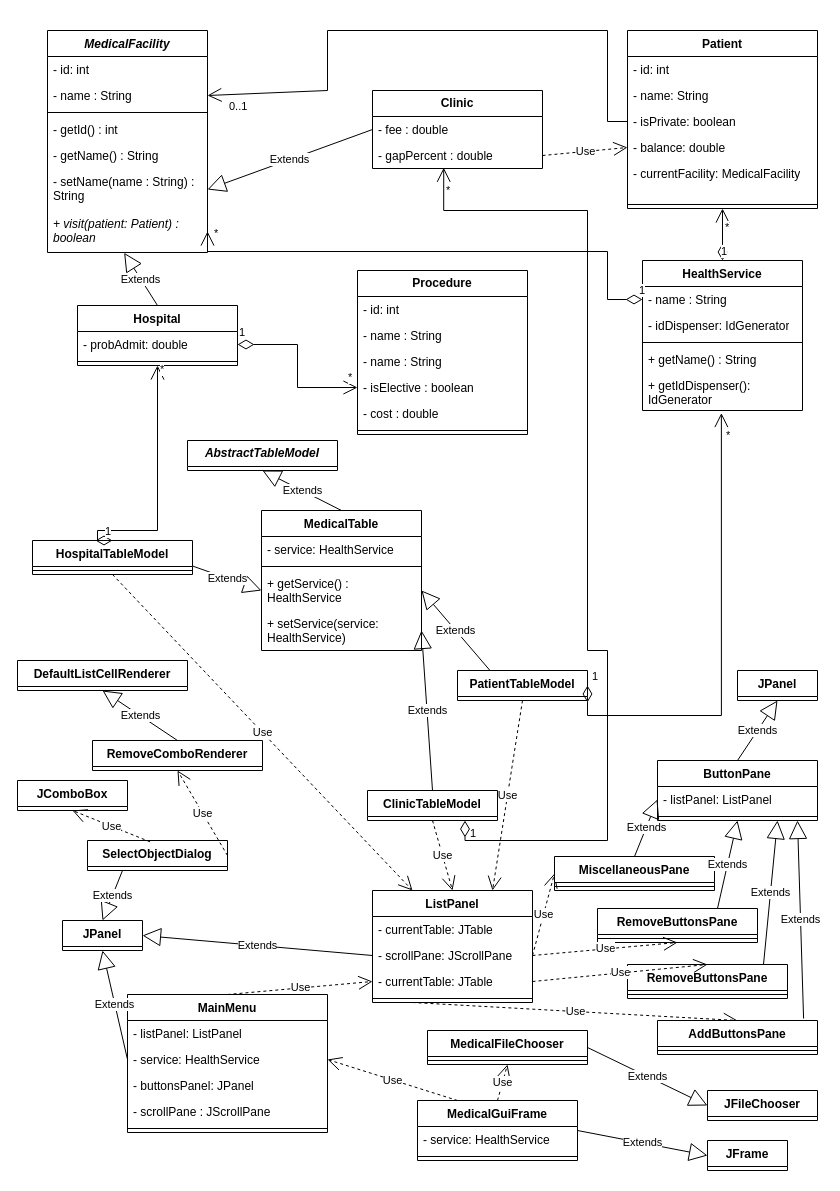
This is UML_diagram.drawio from YvesStraten/medical-console-gui, a draw.io file, before an edit. Source tidied: cells renumbered, new cells numbered last; positions are measured from the earlier drawing's top-left corner, leaving out a move shared by most shapes. Both pictures are drawn from the tidied source at 100%, with x=0, y=0 at pixel (17, 30).
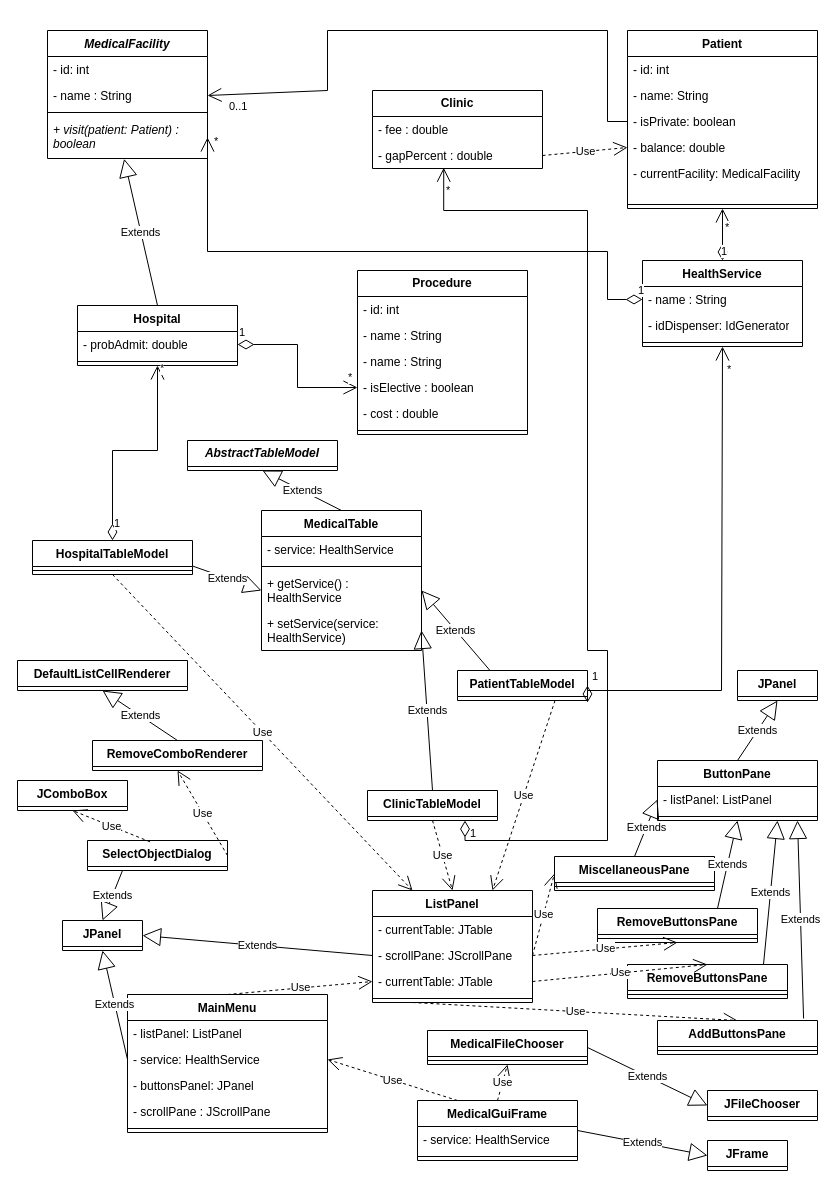
After the change.

The change refers to these unchanged cells:
```xml
<mxCell id="4" value="Hospital" style="swimlane;fontStyle=1;align=center;verticalAlign=top;horizontal=1;startSize=26;whiteSpace=wrap;html=1;" parent="1" vertex="1">
  <mxGeometry x="60" y="275" width="160" height="60" as="geometry" />
</mxCell>
<mxCell id="26" value="- fee : double" style="text;strokeColor=none;fillColor=none;align=left;verticalAlign=top;spacingLeft=4;spacingRight=4;overflow=hidden;points=[[0,0.5],[1,0.5]];portConstraint=eastwest;whiteSpace=wrap;html=1;" parent="25" vertex="1">
  <mxGeometry y="26" width="170" height="26" as="geometry" />
</mxCell>
<mxCell id="29" value="HospitalTableModel" style="swimlane;fontStyle=1;align=center;verticalAlign=top;horizontal=1;startSize=26;whiteSpace=wrap;html=1;" parent="1" vertex="1">
  <mxGeometry x="15" y="510" width="160" height="34" as="geometry" />
</mxCell>
<mxCell id="52" value="PatientTableModel" style="swimlane;fontStyle=1;align=center;verticalAlign=top;horizontal=1;startSize=26;whiteSpace=wrap;html=1;" parent="1" vertex="1" collapsed="1">
  <mxGeometry x="440" y="640" width="130" height="30" as="geometry" />
</mxCell>
<mxCell id="84" value="ListPanel" style="swimlane;fontStyle=1;align=center;verticalAlign=top;horizontal=1;startSize=26;whiteSpace=wrap;html=1;" parent="1" vertex="1">
  <mxGeometry x="355" y="860" width="160" height="112" as="geometry" />
</mxCell>
```

Diff of the diagram source:
```diff
@@
     <mxCell id="7" value="&lt;i&gt;MedicalFacility&lt;/i&gt;" style="swimlane;fontStyle=1;align=center;verticalAlign=top;horizontal=1;startSize=26;whiteSpace=wrap;html=1;" parent="1" vertex="1">
-      <mxGeometry x="30" width="160" height="222" as="geometry" />
+      <mxGeometry x="30" width="160" height="128" as="geometry" />
     </mxCell>
@@
-    <mxCell id="11" value="- getId() : int" style="text;strokeColor=none;fillColor=none;align=left;verticalAlign=top;spacingLeft=4;spacingRight=4;overflow=hidden;whiteSpace=wrap;html=1;" parent="7" vertex="1">
-      <mxGeometry y="86" width="160" height="26" as="geometry" />
-    </mxCell>
-    <mxCell id="12" value="- getName() : String" style="text;strokeColor=none;fillColor=none;align=left;verticalAlign=top;spacingLeft=4;spacingRight=4;overflow=hidden;whiteSpace=wrap;html=1;" parent="7" vertex="1">
-      <mxGeometry y="112" width="160" height="26" as="geometry" />
-    </mxCell>
-    <mxCell id="13" value="- setName(name : String) : String" style="text;strokeColor=none;fillColor=none;align=left;verticalAlign=top;spacingLeft=4;spacingRight=4;overflow=hidden;points=[[0,0.5],[1,0.5]];portConstraint=eastwest;whiteSpace=wrap;html=1;" parent="7" vertex="1">
-      <mxGeometry y="138" width="160" height="42" as="geometry" />
-    </mxCell>
     <mxCell id="14" value="&lt;i&gt;+ visit(patient: Patient) :&amp;nbsp; boolean&lt;/i&gt;" style="text;strokeColor=none;fillColor=none;align=left;verticalAlign=top;spacingLeft=4;spacingRight=4;overflow=hidden;points=[[0,0.5],[1,0.5]];portConstraint=eastwest;whiteSpace=wrap;html=1;" parent="7" vertex="1">
-      <mxGeometry y="180" width="160" height="42" as="geometry" />
+      <mxGeometry y="86" width="160" height="42" as="geometry" />
     </mxCell>
@@
-    <mxCell id="28" value="Extends" style="endArrow=block;endSize=16;endFill=0;html=1;rounded=0;entryX=1;entryY=0.5;entryDx=0;entryDy=0;exitX=0;exitY=0.5;exitDx=0;exitDy=0;" parent="1" edge="1" source="26" target="13">
-      <mxGeometry relative="1" as="geometry" />
-    </mxCell>
@@
     <mxCell id="31" value="1" style="endArrow=open;html=1;endSize=12;startArrow=diamondThin;startSize=14;startFill=0;edgeStyle=orthogonalEdgeStyle;align=left;verticalAlign=bottom;rounded=0;entryX=0.5;entryY=1;entryDx=0;entryDy=0;exitX=0.5;exitY=0;exitDx=0;exitDy=0;" parent="1" edge="1" source="29" target="4">
       <mxGeometry x="-0.93" relative="1" as="geometry">
         <Array as="points">
-          <mxPoint x="80" y="500" />
-          <mxPoint x="140" y="500" />
+          <mxPoint x="95" y="420" />
+          <mxPoint x="140" y="420" />
         </Array>
       </mxGeometry>
     </mxCell>
@@
     <mxCell id="33" value="HealthService" style="swimlane;fontStyle=1;align=center;verticalAlign=top;horizontal=1;startSize=26;whiteSpace=wrap;html=1;" parent="1" vertex="1">
-      <mxGeometry x="625" y="230" width="160" height="150" as="geometry" />
+      <mxGeometry x="625" y="230" width="160" height="86" as="geometry" />
     </mxCell>
@@
-    <mxCell id="37" value="+ getName() : String" style="text;strokeColor=none;fillColor=none;align=left;verticalAlign=top;spacingLeft=4;spacingRight=4;overflow=hidden;whiteSpace=wrap;html=1;" parent="33" vertex="1">
-      <mxGeometry y="86" width="160" height="26" as="geometry" />
-    </mxCell>
-    <mxCell id="38" value="+ getIdDispenser(): IdGenerator" style="text;strokeColor=none;fillColor=none;align=left;verticalAlign=top;spacingLeft=4;spacingRight=4;overflow=hidden;points=[[0,0.5],[1,0.5]];portConstraint=eastwest;whiteSpace=wrap;html=1;" parent="33" vertex="1">
-      <mxGeometry y="112" width="160" height="38" as="geometry" />
-    </mxCell>
@@
-    <mxCell id="54" value="1" style="endArrow=open;html=1;endSize=12;startArrow=diamondThin;startSize=14;startFill=0;edgeStyle=orthogonalEdgeStyle;align=left;verticalAlign=bottom;rounded=0;exitX=1;exitY=0.5;exitDx=0;exitDy=0;entryX=0.493;entryY=1.067;entryDx=0;entryDy=0;entryPerimeter=0;" parent="1" edge="1" source="52" target="38">
+    <mxCell id="54" value="1" style="endArrow=open;html=1;endSize=12;startArrow=diamondThin;startSize=14;startFill=0;edgeStyle=orthogonalEdgeStyle;align=left;verticalAlign=bottom;rounded=0;exitX=1;exitY=0.5;exitDx=0;exitDy=0;entryX=0.5;entryY=1;entryDx=0;entryDy=0;" parent="1" edge="1" source="52" target="33">
       <mxGeometry x="-1" y="3" relative="1" as="geometry">
         <Array as="points">
-          <mxPoint x="704" y="685" />
+          <mxPoint x="570" y="660" />
+          <mxPoint x="704" y="660" />
         </Array>
       </mxGeometry>
     </mxCell>
@@
-    <mxCell id="103" value="Use" style="endArrow=open;endSize=12;dashed=1;html=1;rounded=0;exitX=0.5;exitY=1;exitDx=0;exitDy=0;entryX=0.75;entryY=0;entryDx=0;entryDy=0;" parent="1" edge="1" source="52" target="84">
+    <mxCell id="103" value="Use" style="endArrow=open;endSize=12;dashed=1;html=1;rounded=0;exitX=0.75;exitY=1;exitDx=0;exitDy=0;entryX=0.75;entryY=0;entryDx=0;entryDy=0;" parent="1" edge="1" source="52" target="84">
       <mxGeometry relative="1" as="geometry" />
     </mxCell>
```
